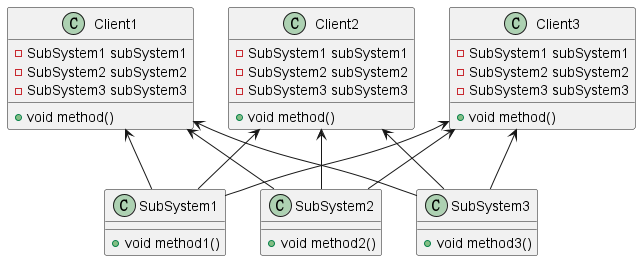
sunnyzhy/Design-pattern keeps this PlantUML diagram as spring-cloud-design-pattern/structure-facade-pattern/src/main/resources/static/normal/diagram.png. Above is the earlier version. Its diagram source:
```plantuml
@startuml

Client1 <-- SubSystem1
Client1 <-- SubSystem2
Client1 <-- SubSystem3

Client2 <-- SubSystem1
Client2 <-- SubSystem2
Client2 <-- SubSystem3

Client3 <-- SubSystem1
Client3 <-- SubSystem2
Client3 <-- SubSystem3

class Client1 {
  -SubSystem1 subSystem1
  -SubSystem2 subSystem2
  -SubSystem3 subSystem3

  +void method()
}

class Client2 {
  -SubSystem1 subSystem1
  -SubSystem2 subSystem2
  -SubSystem3 subSystem3

  +void method()
}

class Client3 {
  -SubSystem1 subSystem1
  -SubSystem2 subSystem2
  -SubSystem3 subSystem3

  +void method()
}

class SubSystem1 {
  +void method1()
}

class SubSystem2 {
  +void method2()
}

class SubSystem3 {
  +void method3()
}

@enduml
```
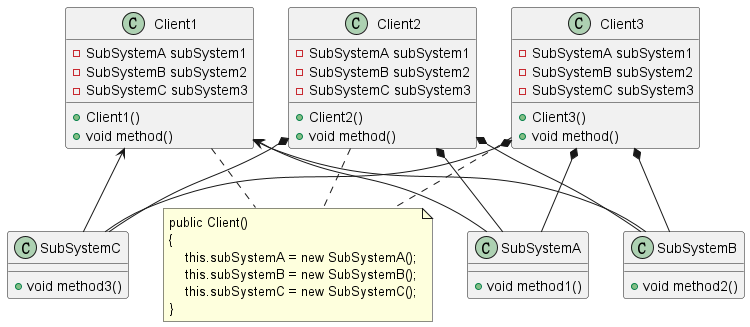
The same diagram one commit later.

Change to the diagram source:
```diff
@@ -1,51 +1,67 @@
 @startuml
 
-Client1 <-- SubSystem1
-Client1 <-- SubSystem2
-Client1 <-- SubSystem3
+Client1 <-- SubSystemA
+Client1 <-- SubSystemB
+Client1 <-- SubSystemC
 
-Client2 <-- SubSystem1
-Client2 <-- SubSystem2
-Client2 <-- SubSystem3
+Client2 *-- SubSystemA
+Client2 *-- SubSystemB
+Client2 *-- SubSystemC
 
-Client3 <-- SubSystem1
-Client3 <-- SubSystem2
-Client3 <-- SubSystem3
+Client3 *-- SubSystemA
+Client3 *-- SubSystemB
+Client3 *-- SubSystemC
 
 class Client1 {
-  -SubSystem1 subSystem1
-  -SubSystem2 subSystem2
-  -SubSystem3 subSystem3
+  -SubSystemA subSystem1
+  -SubSystemB subSystem2
+  -SubSystemC subSystem3
 
+  +Client1()
   +void method()
 }
 
 class Client2 {
-  -SubSystem1 subSystem1
-  -SubSystem2 subSystem2
-  -SubSystem3 subSystem3
+  -SubSystemA subSystem1
+  -SubSystemB subSystem2
+  -SubSystemC subSystem3
 
+  +Client2()
   +void method()
 }
 
 class Client3 {
-  -SubSystem1 subSystem1
-  -SubSystem2 subSystem2
-  -SubSystem3 subSystem3
+  -SubSystemA subSystem1
+  -SubSystemB subSystem2
+  -SubSystemC subSystem3
 
+  +Client3()
   +void method()
 }
 
-class SubSystem1 {
+class SubSystemA {
   +void method1()
 }
 
-class SubSystem2 {
+class SubSystemB {
   +void method2()
 }
 
-class SubSystem3 {
+class SubSystemC {
   +void method3()
 }
 
+note as M
+    public Client()
+    {
+        this.subSystemA = new SubSystemA();
+        this.subSystemB = new SubSystemB();
+        this.subSystemC = new SubSystemC();
+    }
+end note
+
+Client1 .. M
+Client2 .. M
+Client3 .. M
+
 @enduml
```
